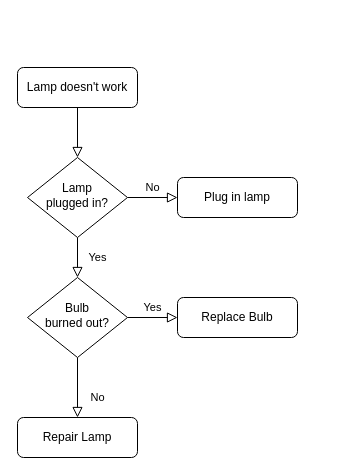
Before: blackjack.drawio in joey1089/Practise, a draw.io diagram. Source tidied: cells renumbered, new cells numbered last; positions are measured from the earlier drawing's top-left corner, leaving out a move shared by most shapes. Both pictures are drawn from the tidied source at 100%, with x=0, y=0 at pixel (17, 67).
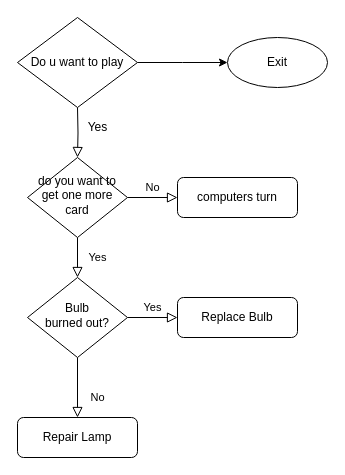
The same diagram, later.

Change to the diagram source:
```diff
@@
 <mxGraphModel>
   <root>
     <mxCell id="0" />
     <mxCell id="1" parent="0" />
-    <mxCell id="2" style="rounded=0;html=1;jettySize=auto;fontSize=11;endArrow=block;endFill=0;endSize=8;strokeWidth=1;shadow=0;labelBackgroundColor=none;edgeStyle=orthogonalEdgeStyle;" parent="1" edge="1" source="3" target="6">
-      <mxGeometry relative="1" as="geometry" />
+    <mxCell id="2" style="rounded=0;html=1;jettySize=auto;fontSize=11;endArrow=block;endFill=0;endSize=8;strokeWidth=1;shadow=0;labelBackgroundColor=none;edgeStyle=orthogonalEdgeStyle;" parent="1" edge="1" target="6">
+      <mxGeometry relative="1" as="geometry">
+        <mxPoint x="60" y="40" as="sourcePoint" />
+      </mxGeometry>
     </mxCell>
-    <mxCell id="3" value="Lamp doesn't work" style="rounded=1;whiteSpace=wrap;html=1;fontSize=12;glass=0;strokeWidth=1;shadow=0;" parent="1" vertex="1">
-      <mxGeometry width="120" height="40" as="geometry" />
-    </mxCell>
     <mxCell id="4" value="Yes" style="rounded=0;html=1;jettySize=auto;fontSize=11;endArrow=block;endFill=0;endSize=8;strokeWidth=1;shadow=0;labelBackgroundColor=none;edgeStyle=orthogonalEdgeStyle;" parent="1" edge="1" source="6" target="10">
       <mxGeometry y="20" relative="1" as="geometry" />
     </mxCell>
     <mxCell id="5" value="No" style="edgeStyle=orthogonalEdgeStyle;rounded=0;html=1;jettySize=auto;fontSize=11;endArrow=block;endFill=0;endSize=8;strokeWidth=1;shadow=0;labelBackgroundColor=none;" parent="1" edge="1" source="6" target="7">
       <mxGeometry y="10" relative="1" as="geometry" />
     </mxCell>
-    <mxCell id="6" value="Lamp&lt;br&gt;plugged in?" style="rhombus;whiteSpace=wrap;html=1;shadow=0;fontFamily=Helvetica;fontSize=12;align=center;strokeWidth=1;spacing=6;spacingTop=-4;" parent="1" vertex="1">
+    <mxCell id="6" value="do you want to get one more card" style="rhombus;whiteSpace=wrap;html=1;shadow=0;fontFamily=Helvetica;fontSize=12;align=center;strokeWidth=1;spacing=6;spacingTop=-4;" parent="1" vertex="1">
       <mxGeometry x="10" y="90" width="100" height="80" as="geometry" />
     </mxCell>
-    <mxCell id="7" value="Plug in lamp" style="rounded=1;whiteSpace=wrap;html=1;fontSize=12;glass=0;strokeWidth=1;shadow=0;" parent="1" vertex="1">
+    <mxCell id="7" value="computers turn" style="rounded=1;whiteSpace=wrap;html=1;fontSize=12;glass=0;strokeWidth=1;shadow=0;" parent="1" vertex="1">
       <mxGeometry x="160" y="110" width="120" height="40" as="geometry" />
     </mxCell>
     <mxCell id="8" value="No" style="rounded=0;html=1;jettySize=auto;fontSize=11;endArrow=block;endFill=0;endSize=8;strokeWidth=1;shadow=0;labelBackgroundColor=none;edgeStyle=orthogonalEdgeStyle;" parent="1" edge="1" source="10" target="11">
       <mxGeometry x="0.33" y="20" relative="1" as="geometry" />
     </mxCell>
     <mxCell id="9" value="Yes" style="edgeStyle=orthogonalEdgeStyle;rounded=0;html=1;jettySize=auto;fontSize=11;endArrow=block;endFill=0;endSize=8;strokeWidth=1;shadow=0;labelBackgroundColor=none;" parent="1" edge="1" source="10" target="12">
       <mxGeometry y="10" relative="1" as="geometry" />
     </mxCell>
     <mxCell id="10" value="Bulb&lt;br&gt;burned out?" style="rhombus;whiteSpace=wrap;html=1;shadow=0;fontFamily=Helvetica;fontSize=12;align=center;strokeWidth=1;spacing=6;spacingTop=-4;" parent="1" vertex="1">
       <mxGeometry x="10" y="210" width="100" height="80" as="geometry" />
     </mxCell>
     <mxCell id="11" value="Repair Lamp" style="rounded=1;whiteSpace=wrap;html=1;fontSize=12;glass=0;strokeWidth=1;shadow=0;" parent="1" vertex="1">
       <mxGeometry y="350" width="120" height="40" as="geometry" />
     </mxCell>
     <mxCell id="12" value="Replace Bulb" style="rounded=1;whiteSpace=wrap;html=1;fontSize=12;glass=0;strokeWidth=1;shadow=0;" parent="1" vertex="1">
       <mxGeometry x="160" y="230" width="120" height="40" as="geometry" />
     </mxCell>
+    <mxCell id="13" style="edgeStyle=orthogonalEdgeStyle;rounded=0;jettySize=auto;html=1;" parent="1" edge="1" source="14">
+      <mxGeometry relative="1" as="geometry">
+        <mxPoint x="210" y="-5" as="targetPoint" />
+      </mxGeometry>
+    </mxCell>
+    <mxCell id="14" value="Do u want to play" style="rhombus;whiteSpace=wrap;html=1;" parent="1" vertex="1">
+      <mxGeometry y="-50" width="120" height="90" as="geometry" />
+    </mxCell>
+    <mxCell id="15" value="Yes" style="text;html=1;align=center;verticalAlign=middle;strokeColor=none;fillColor=none;" parent="1" vertex="1">
+      <mxGeometry x="60" y="50" width="40" height="20" as="geometry" />
+    </mxCell>
+    <mxCell id="16" value="Exit" style="ellipse;whiteSpace=wrap;html=1;" parent="1" vertex="1">
+      <mxGeometry x="210" y="-30" width="100" height="50" as="geometry" />
+    </mxCell>
   </root>
 </mxGraphModel>
```
